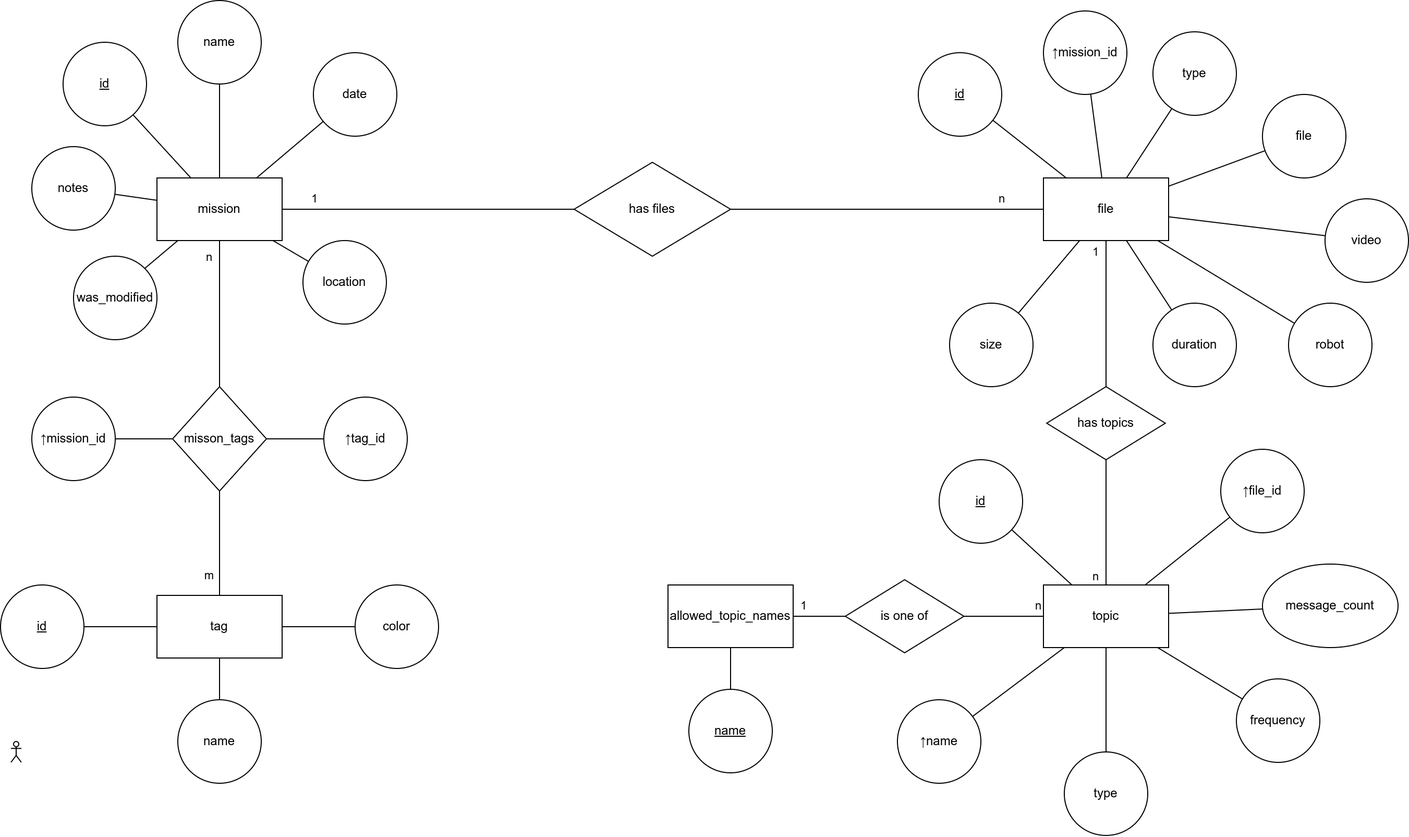
The draw.io diagram docs/db_scheme/db_scheme_er_diagram.png in brendel-group/mission_db, before a commit. Source tidied: cells renumbered, new cells last; positions are measured from the earlier drawing's top-left corner, leaving out a move shared by most shapes.
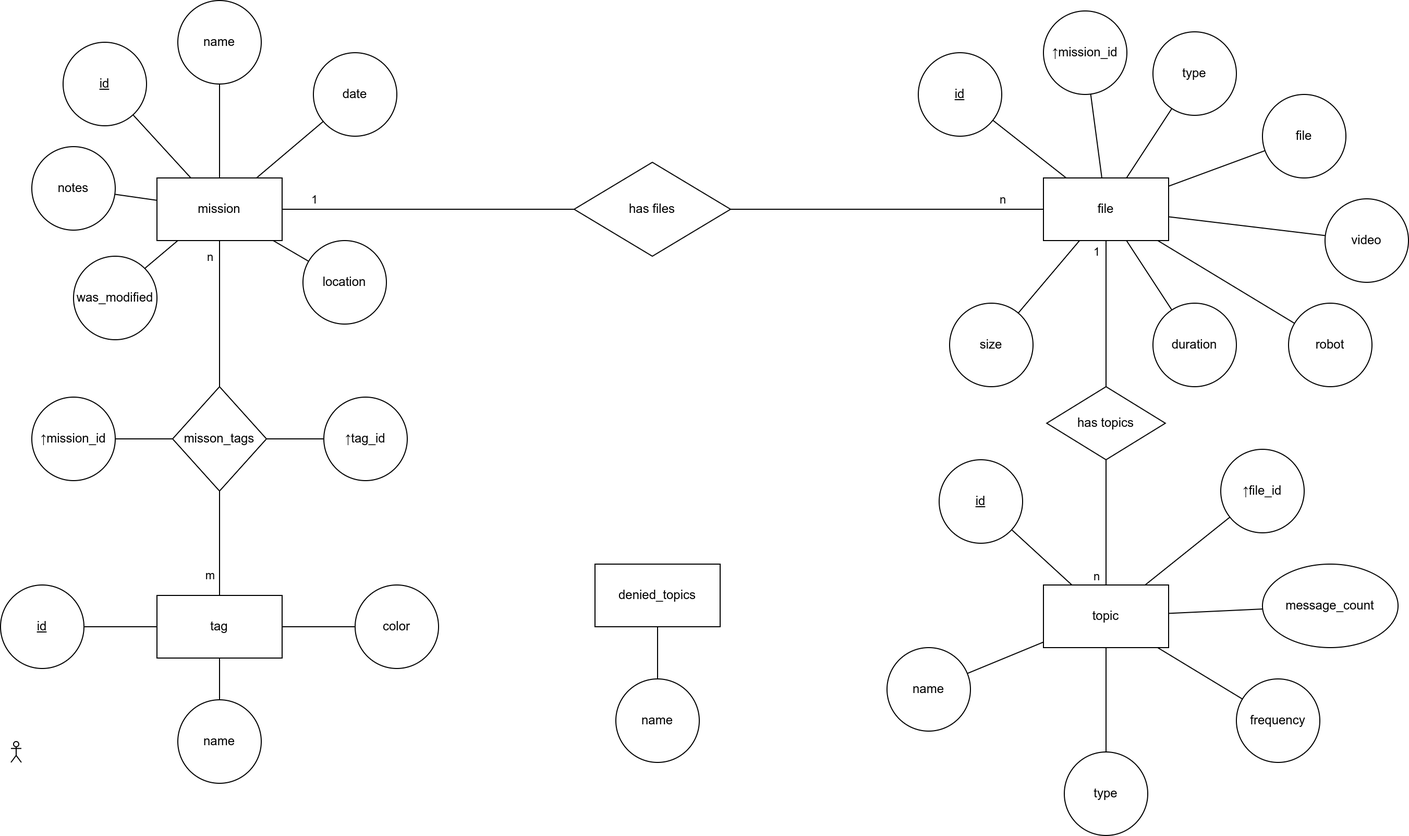
The same file after the commit.

Commit message:
Make it possible to change allowed topic names (#256)

The edit, as a diff of the source:
```diff
@@ -180,23 +180,15 @@
     <mxCell id="57" style="edgeStyle=none;shape=connector;rounded=0;jettySize=auto;html=1;labelBackgroundColor=default;strokeColor=default;align=center;verticalAlign=middle;fontFamily=Helvetica;fontSize=11;fontColor=default;endArrow=none;" parent="1" edge="1" source="63" target="66">
       <mxGeometry relative="1" as="geometry" />
     </mxCell>
-    <mxCell id="58" style="edgeStyle=none;shape=connector;rounded=0;jettySize=auto;html=1;labelBackgroundColor=default;strokeColor=default;align=center;verticalAlign=middle;fontFamily=Helvetica;fontSize=11;fontColor=default;endArrow=none;" parent="1" edge="1" source="63" target="67">
-      <mxGeometry relative="1" as="geometry" />
-    </mxCell>
     <mxCell id="59" style="edgeStyle=none;shape=connector;rounded=0;jettySize=auto;html=1;labelBackgroundColor=default;strokeColor=default;align=center;verticalAlign=middle;fontFamily=Helvetica;fontSize=11;fontColor=default;endArrow=none;" parent="1" edge="1" source="63" target="68">
       <mxGeometry relative="1" as="geometry" />
     </mxCell>
     <mxCell id="60" style="edgeStyle=none;shape=connector;rounded=0;jettySize=auto;html=1;labelBackgroundColor=default;strokeColor=default;align=center;verticalAlign=middle;fontFamily=Helvetica;fontSize=11;fontColor=default;endArrow=none;" parent="1" edge="1" source="63" target="69">
       <mxGeometry relative="1" as="geometry" />
     </mxCell>
-    <mxCell id="61" value="1" style="edgeStyle=none;shape=connector;rounded=0;jettySize=auto;html=1;labelBackgroundColor=default;strokeColor=default;align=center;verticalAlign=middle;fontFamily=Helvetica;fontSize=11;fontColor=default;endArrow=none;" parent="1" edge="1" source="82" target="72">
-      <mxGeometry x="0.6" y="-10" relative="1" as="geometry" />
-    </mxCell>
-    <mxCell id="62" value="1" style="edgeLabel;html=1;align=center;verticalAlign=middle;fontSize=11;fontFamily=Helvetica;fontColor=default;" parent="61" vertex="1">
-      <mxGeometry x="0.62" relative="1" as="geometry">
-        <mxPoint x="-26" y="-10" as="offset" />
-      </mxGeometry>
-    </mxCell>
+    <mxCell id="83" style="edgeStyle=none;shape=connector;rounded=0;jettySize=auto;html=1;labelBackgroundColor=default;strokeColor=default;align=center;verticalAlign=middle;fontFamily=Helvetica;fontSize=11;fontColor=default;endArrow=none;" parent="1" edge="1" source="63" target="85">
+      <mxGeometry relative="1" as="geometry" />
+    </mxCell>
     <mxCell id="63" value="topic" style="rounded=0;whiteSpace=wrap;html=1;" parent="1" vertex="1">
       <mxGeometry x="1000" y="560" width="120" height="60" as="geometry" />
     </mxCell>
@@ -209,9 +201,6 @@
     <mxCell id="66" value="type" style="ellipse;whiteSpace=wrap;html=1;rounded=0;" parent="1" vertex="1">
       <mxGeometry x="1020" y="720" width="80" height="80" as="geometry" />
     </mxCell>
-    <mxCell id="67" value="↑name" style="ellipse;whiteSpace=wrap;html=1;rounded=0;" parent="1" vertex="1">
-      <mxGeometry x="860" y="670" width="80" height="80" as="geometry" />
-    </mxCell>
     <mxCell id="68" value="message_count" style="ellipse;whiteSpace=wrap;html=1;rounded=0;" parent="1" vertex="1">
       <mxGeometry x="1210" y="540" width="130" height="80" as="geometry" />
     </mxCell>
@@ -224,11 +213,14 @@
     <mxCell id="71" style="edgeStyle=none;shape=connector;rounded=0;jettySize=auto;html=1;labelBackgroundColor=default;strokeColor=default;align=center;verticalAlign=middle;fontFamily=Helvetica;fontSize=11;fontColor=default;endArrow=none;" parent="1" edge="1" source="72" target="73">
       <mxGeometry relative="1" as="geometry" />
     </mxCell>
+    <mxCell id="84" style="edgeStyle=none;shape=connector;rounded=0;jettySize=auto;html=1;labelBackgroundColor=default;strokeColor=default;align=center;verticalAlign=middle;fontFamily=Helvetica;fontSize=11;fontColor=default;endArrow=none;" parent="1" edge="1" source="72" target="73">
+      <mxGeometry relative="1" as="geometry" />
+    </mxCell>
-    <mxCell id="72" value="allowed_topic_names" style="rounded=0;whiteSpace=wrap;html=1;" parent="1" vertex="1">
-      <mxGeometry x="640" y="560" width="120" height="60" as="geometry" />
+    <mxCell id="72" value="denied_topics" style="rounded=0;whiteSpace=wrap;html=1;" parent="1" vertex="1">
+      <mxGeometry x="570" y="540" width="120" height="60" as="geometry" />
     </mxCell>
-    <mxCell id="73" value="&lt;u&gt;name&lt;/u&gt;" style="ellipse;whiteSpace=wrap;html=1;rounded=0;" parent="1" vertex="1">
-      <mxGeometry x="660" y="660" width="80" height="80" as="geometry" />
+    <mxCell id="73" value="name" style="ellipse;whiteSpace=wrap;html=1;rounded=0;" parent="1" vertex="1">
+      <mxGeometry x="590" y="650" width="80" height="80" as="geometry" />
     </mxCell>
     <mxCell id="74" value="was_modified" style="ellipse;whiteSpace=wrap;html=1;" parent="1" vertex="1">
       <mxGeometry x="70" y="245" width="80" height="80" as="geometry" />
@@ -252,16 +244,8 @@
     <mxCell id="79" value="has topics" style="rhombus;whiteSpace=wrap;html=1;rounded=0;" parent="1" vertex="1">
       <mxGeometry x="1003.1" y="370" width="113.8" height="70" as="geometry" />
     </mxCell>
-    <mxCell id="80" style="edgeStyle=none;shape=connector;rounded=0;jettySize=auto;html=1;labelBackgroundColor=default;strokeColor=default;align=center;verticalAlign=middle;fontFamily=Helvetica;fontSize=11;fontColor=default;endArrow=none;" parent="1" edge="1" source="63" target="82">
-      <mxGeometry relative="1" as="geometry" />
-    </mxCell>
-    <mxCell id="81" value="n" style="edgeLabel;html=1;align=center;verticalAlign=middle;fontSize=11;fontFamily=Helvetica;fontColor=default;" parent="80" vertex="1">
-      <mxGeometry x="-0.69" y="3" relative="1" as="geometry">
-        <mxPoint x="6" y="-13" as="offset" />
-      </mxGeometry>
-    </mxCell>
-    <mxCell id="82" value="is one of" style="rhombus;whiteSpace=wrap;html=1;rounded=0;" parent="1" vertex="1">
-      <mxGeometry x="810" y="555" width="113.8" height="70" as="geometry" />
-    </mxCell>
+    <mxCell id="85" value="name" style="ellipse;whiteSpace=wrap;html=1;rounded=0;" parent="1" vertex="1">
+      <mxGeometry x="850" y="620" width="80" height="80" as="geometry" />
+    </mxCell>
   </root>
 </mxGraphModel>
```
